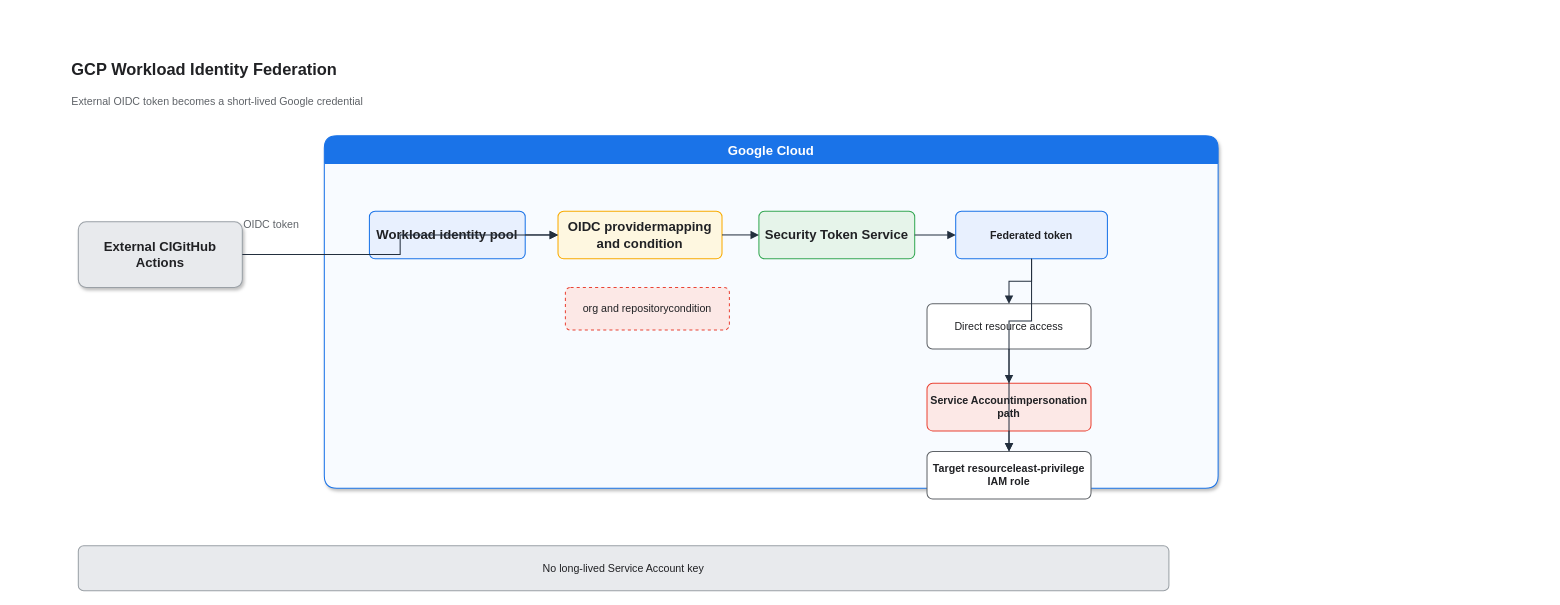
Above: assets/img/gcp/gcp-wif-token-exchange-flow.drawio in KKamJi98/kkamji98.github.io (draw.io), before the change. Source tidied: cells renumbered, new cells numbered last; positions are measured from the earlier drawing's top-left corner, leaving out a move shared by most shapes. Both pictures are drawn from the tidied source at 82%, with x=0, y=0 at pixel (70, 49).
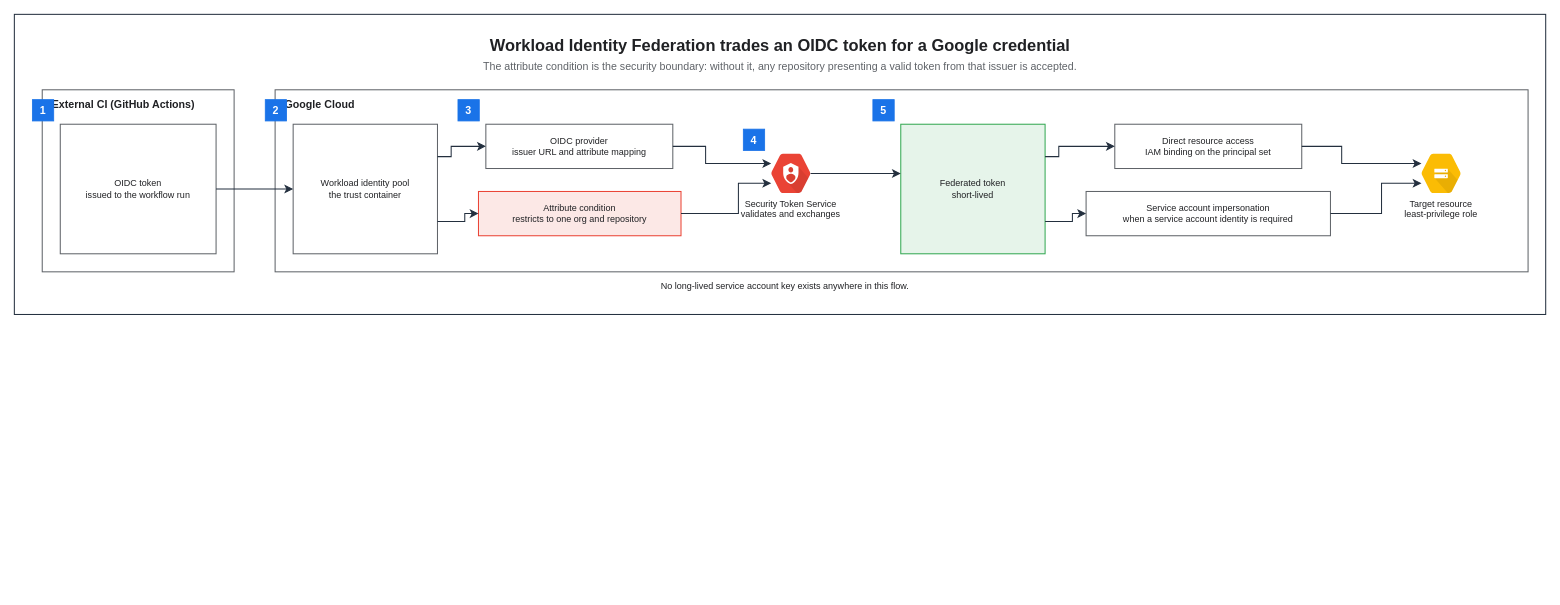
After the change.

What changed in the source:
```diff
@@
+    <mxCell id="24" style="rounded=0;html=0;fillColor=none;strokeColor=#232F3E;fontColor=#202124;strokeWidth=1.25;" parent="1" vertex="1">
+      <mxGeometry x="-68" y="-43" width="1867.5" height="366" as="geometry" />
+    </mxCell>
-    <mxCell id="2" value="GCP Workload Identity Federation" style="text;html=0;align=left;verticalAlign=middle;fontSize=20;fontStyle=1;fontColor=#202124;" parent="1" vertex="1">
-      <mxGeometry width="720" height="45" as="geometry" />
+    <mxCell id="2" value="Workload Identity Federation trades an OIDC token for a Google credential" style="text;html=0;whiteSpace=wrap;fillColor=none;strokeColor=none;fontColor=#202124;fontSize=20;fontStyle=1;align=center;verticalAlign=middle;" parent="1" vertex="1">
+      <mxGeometry x="-46" y="-21" width="1823.5" height="30" as="geometry" />
     </mxCell>
-    <mxCell id="3" value="External OIDC token becomes a short-lived Google credential" style="text;html=0;align=left;verticalAlign=middle;fontSize=13;fontColor=#5f6368;" parent="1" vertex="1">
-      <mxGeometry y="48" width="750" height="30" as="geometry" />
+    <mxCell id="3" value="The attribute condition is the security boundary: without it, any repository presenting a valid token from that issuer is accepted." style="text;html=0;whiteSpace=wrap;fillColor=none;strokeColor=none;fontColor=#5F6368;fontSize=13;fontStyle=0;align=center;verticalAlign=middle;" parent="1" vertex="1">
+      <mxGeometry x="-46" y="9" width="1823.5" height="22" as="geometry" />
     </mxCell>
-    <mxCell id="4" value="External CIGitHub Actions" style="rounded=1;whiteSpace=wrap;html=0;fillColor=#E8EAED;strokeColor=#9AA0A6;fontColor=#202124;fontSize=16;fontStyle=1;shadow=1;arcSize=12;strokeWidth=1.25;" parent="1" vertex="1">
-      <mxGeometry x="10" y="210" width="200" height="80" as="geometry" />
-    </mxCell>
+    <mxCell id="25" value="External CI (GitHub Actions)" style="rounded=0;whiteSpace=wrap;html=0;fillColor=none;strokeColor=#5F6368;fontColor=#202124;fontSize=13;fontStyle=1;align=left;verticalAlign=top;spacingLeft=10;spacingTop=4;strokeWidth=1.25;dashed=0;" parent="1" vertex="1">
+      <mxGeometry x="-34" y="49" width="234" height="222" as="geometry" />
+    </mxCell>
+    <mxCell id="6" value="Google Cloud" style="rounded=0;whiteSpace=wrap;html=0;fillColor=none;strokeColor=#5F6368;fontColor=#202124;fontSize=13;fontStyle=1;align=left;verticalAlign=top;spacingLeft=10;spacingTop=4;strokeWidth=1.25;dashed=0;" parent="1" vertex="1">
+      <mxGeometry x="250" y="49" width="1528" height="222" as="geometry" />
+    </mxCell>
-    <mxCell id="5" value="OIDC token" style="text;html=0;align=center;verticalAlign=middle;fontSize=13;fontColor=#5F6368;" parent="1" vertex="1">
-      <mxGeometry x="198" y="197" width="95" height="30" as="geometry" />
+    <mxCell id="5" value="OIDC token&#10;issued to the workflow run" style="rounded=0;whiteSpace=wrap;html=0;fillColor=#FFFFFF;strokeColor=#5F6368;fontColor=#202124;fontSize=11;fontStyle=0;align=center;verticalAlign=middle;spacingLeft=6;spacingRight=6;strokeWidth=1.25;" parent="1" vertex="1">
+      <mxGeometry x="-12" y="91" width="190" height="158" as="geometry" />
     </mxCell>
-    <mxCell id="6" value="Google Cloud" style="swimlane;html=0;rounded=1;startSize=34;fillColor=#1a73e8;swimlaneFillColor=#f8fbff;strokeColor=#1A73E8;fontColor=#ffffff;fontStyle=1;fontSize=16;shadow=1;strokeWidth=1.25;" parent="1" vertex="1">
-      <mxGeometry x="310" y="105" width="1090" height="430" as="geometry" />
-    </mxCell>
-    <mxCell id="7" value="Workload identity pool" style="rounded=1;whiteSpace=wrap;html=0;fillColor=#e8f0fe;strokeColor=#1A73E8;fontColor=#202124;fontSize=16;fontStyle=1;arcSize=12;strokeWidth=1.25;" parent="6" vertex="1">
-      <mxGeometry x="55" y="92" width="190" height="58" as="geometry" />
+    <mxCell id="7" value="Workload identity pool&#10;the trust container" style="rounded=0;whiteSpace=wrap;html=0;fillColor=#FFFFFF;strokeColor=#5F6368;fontColor=#202124;fontSize=11;fontStyle=0;align=center;verticalAlign=middle;spacingLeft=6;spacingRight=6;strokeWidth=1.25;" parent="1" vertex="1">
+      <mxGeometry x="272" y="91" width="176" height="158" as="geometry" />
     </mxCell>
-    <mxCell id="8" value="OIDC providermapping and condition" style="rounded=1;whiteSpace=wrap;html=0;fillColor=#fef7e0;strokeColor=#F9AB00;fontColor=#202124;fontSize=16;fontStyle=1;arcSize=12;strokeWidth=1.25;" parent="6" vertex="1">
-      <mxGeometry x="285" y="92" width="200" height="58" as="geometry" />
+    <mxCell id="8" value="OIDC provider&#10;issuer URL and attribute mapping" style="rounded=0;whiteSpace=wrap;html=0;fillColor=#FFFFFF;strokeColor=#5F6368;fontColor=#202124;fontSize=11;fontStyle=0;align=center;verticalAlign=middle;spacingLeft=6;spacingRight=6;strokeWidth=1.25;" parent="1" vertex="1">
+      <mxGeometry x="507" y="91" width="228" height="54" as="geometry" />
     </mxCell>
-    <mxCell id="9" value="org and repositorycondition" style="rounded=1;whiteSpace=wrap;html=0;fillColor=#fce8e6;strokeColor=#EA4335;fontColor=#202124;fontSize=13;dashed=1;arcSize=12;strokeWidth=1.25;" parent="6" vertex="1">
-      <mxGeometry x="294" y="185" width="200" height="52" as="geometry" />
+    <mxCell id="9" value="Attribute condition&#10;restricts to one org and repository" style="rounded=0;whiteSpace=wrap;html=0;fillColor=#FCE8E6;strokeColor=#EA4335;fontColor=#202124;fontSize=11;fontStyle=0;align=center;verticalAlign=middle;spacingLeft=6;spacingRight=6;strokeWidth=1.25;" parent="1" vertex="1">
+      <mxGeometry x="498" y="173" width="247" height="54" as="geometry" />
     </mxCell>
-    <mxCell id="10" value="Security Token Service" style="rounded=1;whiteSpace=wrap;html=0;fillColor=#e6f4ea;strokeColor=#34A853;fontColor=#202124;fontSize=16;fontStyle=1;arcSize=12;strokeWidth=1.25;" parent="6" vertex="1">
-      <mxGeometry x="530" y="92" width="190" height="58" as="geometry" />
+    <mxCell id="10" value="Security Token Service&#10;validates and exchanges" style="sketch=0;outlineConnect=0;gradientColor=none;html=0;whiteSpace=nowrap;fontSize=11;fontStyle=0;fontColor=#202124;verticalLabelPosition=bottom;verticalAlign=top;align=center;labelBackgroundColor=none;fillColor=#EA4335;strokeColor=none;dashed=0;shape=mxgraph.gcp2.cloud_iam;" parent="1" vertex="1">
+      <mxGeometry x="855" y="127" width="48" height="48" as="geometry" />
     </mxCell>
-    <mxCell id="11" value="Federated token" style="rounded=1;whiteSpace=wrap;html=0;fillColor=#e8f0fe;strokeColor=#1A73E8;fontColor=#202124;fontSize=13;fontStyle=1;arcSize=12;strokeWidth=1.25;" parent="6" vertex="1">
-      <mxGeometry x="770" y="92" width="185" height="58" as="geometry" />
+    <mxCell id="11" value="Federated token&#10;short-lived" style="rounded=0;whiteSpace=wrap;html=0;fillColor=#E6F4EA;strokeColor=#34A853;fontColor=#202124;fontSize=11;fontStyle=0;align=center;verticalAlign=middle;spacingLeft=6;spacingRight=6;strokeWidth=1.25;" parent="1" vertex="1">
+      <mxGeometry x="1013" y="91" width="176" height="158" as="geometry" />
     </mxCell>
-    <mxCell id="12" value="Direct resource access" style="rounded=1;whiteSpace=wrap;html=0;fillColor=#ffffff;strokeColor=#5F6368;fontColor=#202124;fontSize=13;arcSize=12;strokeWidth=1.25;" parent="6" vertex="1">
-      <mxGeometry x="735" y="205" width="200" height="55" as="geometry" />
+    <mxCell id="12" value="Direct resource access&#10;IAM binding on the principal set" style="rounded=0;whiteSpace=wrap;html=0;fillColor=#FFFFFF;strokeColor=#5F6368;fontColor=#202124;fontSize=11;fontStyle=0;align=center;verticalAlign=middle;spacingLeft=6;spacingRight=6;strokeWidth=1.25;" parent="1" vertex="1">
+      <mxGeometry x="1274" y="91" width="228" height="54" as="geometry" />
     </mxCell>
-    <mxCell id="13" value="Service Accountimpersonation path" style="rounded=1;whiteSpace=wrap;html=0;fillColor=#fce8e6;strokeColor=#EA4335;fontColor=#202124;fontSize=13;fontStyle=1;arcSize=12;strokeWidth=1.25;" parent="6" vertex="1">
-      <mxGeometry x="735" y="302" width="200" height="58" as="geometry" />
+    <mxCell id="13" value="Service account impersonation&#10;when a service account identity is required" style="rounded=0;whiteSpace=wrap;html=0;fillColor=#FFFFFF;strokeColor=#5F6368;fontColor=#202124;fontSize=11;fontStyle=0;align=center;verticalAlign=middle;spacingLeft=6;spacingRight=6;strokeWidth=1.25;" parent="1" vertex="1">
+      <mxGeometry x="1239" y="173" width="298" height="54" as="geometry" />
     </mxCell>
-    <mxCell id="14" value="Target resourceleast-privilege IAM role" style="rounded=1;whiteSpace=wrap;html=0;fillColor=#ffffff;strokeColor=#5F6368;fontColor=#202124;fontSize=13;fontStyle=1;arcSize=12;strokeWidth=1.25;" parent="6" vertex="1">
-      <mxGeometry x="735" y="385" width="200" height="58" as="geometry" />
+    <mxCell id="14" value="Target resource&#10;least-privilege role" style="sketch=0;outlineConnect=0;gradientColor=none;html=0;whiteSpace=nowrap;fontSize=11;fontStyle=0;fontColor=#202124;verticalLabelPosition=bottom;verticalAlign=top;align=center;labelBackgroundColor=none;fillColor=#FBBC04;strokeColor=none;dashed=0;shape=mxgraph.gcp2.cloud_storage;" parent="1" vertex="1">
+      <mxGeometry x="1648" y="127" width="48" height="48" as="geometry" />
     </mxCell>
-    <mxCell id="15" value="No long-lived Service Account key" style="rounded=1;whiteSpace=wrap;html=0;fillColor=#E8EAED;strokeColor=#9AA0A6;fontColor=#202124;fontSize=13;arcSize=12;strokeWidth=1.25;" parent="1" vertex="1">
-      <mxGeometry x="10" y="605" width="1330" height="55" as="geometry" />
+    <mxCell id="15" value="No long-lived service account key exists anywhere in this flow." style="text;html=0;whiteSpace=wrap;fillColor=none;strokeColor=none;fontColor=#202124;fontSize=11;fontStyle=0;align=center;verticalAlign=middle;" parent="1" vertex="1">
+      <mxGeometry x="-12" y="277" width="1768" height="24" as="geometry" />
     </mxCell>
-    <mxCell id="16" style="edgeStyle=orthogonalEdgeStyle;rounded=0;jettySize=auto;html=0;endArrow=block;endFill=1;strokeWidth=1.25;strokeColor=#232F3E;fontColor=#202124;fontSize=11;labelBackgroundColor=none;endSize=7;" parent="1" edge="1" source="4" target="8">
-      <mxGeometry relative="1" as="geometry" />
-    </mxCell>
+    <mxCell id="26" value="1" style="rounded=0;whiteSpace=wrap;html=0;fillColor=#1A73E8;strokeColor=#1A73E8;fontColor=#FFFFFF;fontSize=13;fontStyle=1;align=center;verticalAlign=middle;" parent="1" vertex="1">
+      <mxGeometry x="-46" y="61" width="26" height="26" as="geometry" />
+    </mxCell>
+    <mxCell id="27" value="2" style="rounded=0;whiteSpace=wrap;html=0;fillColor=#1A73E8;strokeColor=#1A73E8;fontColor=#FFFFFF;fontSize=13;fontStyle=1;align=center;verticalAlign=middle;" parent="1" vertex="1">
+      <mxGeometry x="238" y="61" width="26" height="26" as="geometry" />
+    </mxCell>
+    <mxCell id="28" value="3" style="rounded=0;whiteSpace=wrap;html=0;fillColor=#1A73E8;strokeColor=#1A73E8;fontColor=#FFFFFF;fontSize=13;fontStyle=1;align=center;verticalAlign=middle;" parent="1" vertex="1">
+      <mxGeometry x="473" y="61" width="26" height="26" as="geometry" />
+    </mxCell>
+    <mxCell id="29" value="4" style="rounded=0;whiteSpace=wrap;html=0;fillColor=#1A73E8;strokeColor=#1A73E8;fontColor=#FFFFFF;fontSize=13;fontStyle=1;align=center;verticalAlign=middle;" parent="1" vertex="1">
+      <mxGeometry x="821" y="97" width="26" height="26" as="geometry" />
+    </mxCell>
+    <mxCell id="30" value="5" style="rounded=0;whiteSpace=wrap;html=0;fillColor=#1A73E8;strokeColor=#1A73E8;fontColor=#FFFFFF;fontSize=13;fontStyle=1;align=center;verticalAlign=middle;" parent="1" vertex="1">
+      <mxGeometry x="979" y="61" width="26" height="26" as="geometry" />
+    </mxCell>
+    <mxCell id="31" style="edgeStyle=orthogonalEdgeStyle;rounded=0;html=0;strokeColor=#232F3E;strokeWidth=1.25;endArrow=classic;endFill=1;endSize=7;fontSize=11;fontColor=#202124;labelBackgroundColor=none;jettySize=14;exitX=1;exitY=0.5;entryX=0;entryY=0.5;exitDx=0;exitDy=0;entryDx=0;entryDy=0;" parent="1" edge="1" source="5" target="7">
+      <mxGeometry relative="1" as="geometry" />
+    </mxCell>
-    <mxCell id="17" style="edgeStyle=orthogonalEdgeStyle;rounded=0;jettySize=auto;html=0;endArrow=block;endFill=1;strokeWidth=1.25;strokeColor=#232F3E;fontColor=#202124;fontSize=11;labelBackgroundColor=none;endSize=7;" parent="6" edge="1" source="7" target="8">
-      <mxGeometry relative="1" as="geometry" />
+    <mxCell id="17" style="edgeStyle=orthogonalEdgeStyle;rounded=0;html=0;strokeColor=#232F3E;strokeWidth=1.25;endArrow=classic;endFill=1;endSize=7;fontSize=11;fontColor=#202124;labelBackgroundColor=none;jettySize=14;exitX=1;exitY=0.25;entryX=0;entryY=0.5;exitDx=0;exitDy=0;entryDx=0;entryDy=0;" parent="1" edge="1" source="7" target="8">
+      <mxGeometry relative="1" as="geometry">
+        <Array as="points">
+          <mxPoint x="464.7" y="130.5" />
+          <mxPoint x="464.7" y="118" />
+        </Array>
+      </mxGeometry>
     </mxCell>
+    <mxCell id="32" style="edgeStyle=orthogonalEdgeStyle;rounded=0;html=0;strokeColor=#232F3E;strokeWidth=1.25;endArrow=classic;endFill=1;endSize=7;fontSize=11;fontColor=#202124;labelBackgroundColor=none;jettySize=14;exitX=1;exitY=0.75;entryX=0;entryY=0.5;exitDx=0;exitDy=0;entryDx=0;entryDy=0;" parent="1" edge="1" source="7" target="9">
+      <mxGeometry relative="1" as="geometry">
+        <Array as="points">
+          <mxPoint x="481.3" y="209.5" />
+          <mxPoint x="481.3" y="200" />
+        </Array>
+      </mxGeometry>
+    </mxCell>
-    <mxCell id="18" style="edgeStyle=orthogonalEdgeStyle;rounded=0;jettySize=auto;html=0;endArrow=block;endFill=1;strokeWidth=1.25;strokeColor=#232F3E;fontColor=#202124;fontSize=11;labelBackgroundColor=none;endSize=7;" parent="6" edge="1" source="8" target="10">
-      <mxGeometry relative="1" as="geometry" />
+    <mxCell id="18" style="edgeStyle=orthogonalEdgeStyle;rounded=0;html=0;strokeColor=#232F3E;strokeWidth=1.25;endArrow=classic;endFill=1;endSize=7;fontSize=11;fontColor=#202124;labelBackgroundColor=none;jettySize=14;exitX=1;exitY=0.5;entryX=0;entryY=0.25;exitDx=0;exitDy=0;entryDx=0;entryDy=0;" parent="1" edge="1" source="8" target="10">
+      <mxGeometry relative="1" as="geometry">
+        <Array as="points">
+          <mxPoint x="775" y="118" />
+          <mxPoint x="775" y="139" />
+        </Array>
+      </mxGeometry>
     </mxCell>
+    <mxCell id="33" style="edgeStyle=orthogonalEdgeStyle;rounded=0;html=0;strokeColor=#232F3E;strokeWidth=1.25;endArrow=classic;endFill=1;endSize=7;fontSize=11;fontColor=#202124;labelBackgroundColor=none;jettySize=14;exitX=1;exitY=0.5;entryX=0;entryY=0.75;exitDx=0;exitDy=0;entryDx=0;entryDy=0;" parent="1" edge="1" source="9" target="10">
+      <mxGeometry relative="1" as="geometry">
+        <Array as="points">
+          <mxPoint x="815" y="200" />
+          <mxPoint x="815" y="163" />
+        </Array>
+      </mxGeometry>
+    </mxCell>
-    <mxCell id="19" style="edgeStyle=orthogonalEdgeStyle;rounded=0;jettySize=auto;html=0;endArrow=block;endFill=1;strokeWidth=1.25;strokeColor=#232F3E;fontColor=#202124;fontSize=11;labelBackgroundColor=none;endSize=7;" parent="6" edge="1" source="10" target="11">
+    <mxCell id="19" style="edgeStyle=orthogonalEdgeStyle;rounded=0;html=0;strokeColor=#232F3E;strokeWidth=1.25;endArrow=classic;endFill=1;endSize=7;fontSize=11;fontColor=#202124;labelBackgroundColor=none;jettySize=14;exitX=1;exitY=0.5;entryX=0;entryY=0.3797;exitDx=0;exitDy=0;entryDx=0;entryDy=0;" parent="1" edge="1" source="10" target="11">
       <mxGeometry relative="1" as="geometry" />
     </mxCell>
-    <mxCell id="20" style="edgeStyle=orthogonalEdgeStyle;rounded=0;jettySize=auto;html=0;endArrow=block;endFill=1;strokeWidth=1.25;strokeColor=#232F3E;fontColor=#202124;fontSize=11;labelBackgroundColor=none;endSize=7;" parent="6" edge="1" source="11" target="12">
-      <mxGeometry relative="1" as="geometry" />
+    <mxCell id="20" style="edgeStyle=orthogonalEdgeStyle;rounded=0;html=0;strokeColor=#232F3E;strokeWidth=1.25;endArrow=classic;endFill=1;endSize=7;fontSize=11;fontColor=#202124;labelBackgroundColor=none;jettySize=14;exitX=1;exitY=0.25;entryX=0;entryY=0.5;exitDx=0;exitDy=0;entryDx=0;entryDy=0;" parent="1" edge="1" source="11" target="12">
+      <mxGeometry relative="1" as="geometry">
+        <Array as="points">
+          <mxPoint x="1205.7" y="130.5" />
+          <mxPoint x="1205.7" y="118" />
+        </Array>
+      </mxGeometry>
     </mxCell>
-    <mxCell id="21" style="edgeStyle=orthogonalEdgeStyle;rounded=0;jettySize=auto;html=0;endArrow=block;endFill=1;strokeWidth=1.25;strokeColor=#232F3E;fontColor=#202124;fontSize=11;labelBackgroundColor=none;endSize=7;" parent="6" edge="1" source="11" target="13">
-      <mxGeometry relative="1" as="geometry" />
+    <mxCell id="21" style="edgeStyle=orthogonalEdgeStyle;rounded=0;html=0;strokeColor=#232F3E;strokeWidth=1.25;endArrow=classic;endFill=1;endSize=7;fontSize=11;fontColor=#202124;labelBackgroundColor=none;jettySize=14;exitX=1;exitY=0.75;entryX=0;entryY=0.5;exitDx=0;exitDy=0;entryDx=0;entryDy=0;" parent="1" edge="1" source="11" target="13">
+      <mxGeometry relative="1" as="geometry">
+        <Array as="points">
+          <mxPoint x="1222.3" y="209.5" />
+          <mxPoint x="1222.3" y="200" />
+        </Array>
+      </mxGeometry>
     </mxCell>
-    <mxCell id="22" style="edgeStyle=orthogonalEdgeStyle;rounded=0;jettySize=auto;html=0;endArrow=block;endFill=1;strokeWidth=1.25;strokeColor=#232F3E;fontColor=#202124;fontSize=11;labelBackgroundColor=none;endSize=7;" parent="6" edge="1" source="12" target="14">
-      <mxGeometry relative="1" as="geometry" />
+    <mxCell id="22" style="edgeStyle=orthogonalEdgeStyle;rounded=0;html=0;strokeColor=#232F3E;strokeWidth=1.25;endArrow=classic;endFill=1;endSize=7;fontSize=11;fontColor=#202124;labelBackgroundColor=none;jettySize=14;exitX=1;exitY=0.5;entryX=0;entryY=0.25;exitDx=0;exitDy=0;entryDx=0;entryDy=0;" parent="1" edge="1" source="12" target="14">
+      <mxGeometry relative="1" as="geometry">
+        <Array as="points">
+          <mxPoint x="1550.7" y="118" />
+          <mxPoint x="1550.7" y="139" />
+        </Array>
+      </mxGeometry>
     </mxCell>
-    <mxCell id="23" style="edgeStyle=orthogonalEdgeStyle;rounded=0;jettySize=auto;html=0;endArrow=block;endFill=1;strokeWidth=1.25;strokeColor=#232F3E;fontColor=#202124;fontSize=11;labelBackgroundColor=none;endSize=7;" parent="6" edge="1" source="13" target="14">
-      <mxGeometry relative="1" as="geometry" />
+    <mxCell id="23" style="edgeStyle=orthogonalEdgeStyle;rounded=0;html=0;strokeColor=#232F3E;strokeWidth=1.25;endArrow=classic;endFill=1;endSize=7;fontSize=11;fontColor=#202124;labelBackgroundColor=none;jettySize=14;exitX=1;exitY=0.5;entryX=0;entryY=0.75;exitDx=0;exitDy=0;entryDx=0;entryDy=0;" parent="1" edge="1" source="13" target="14">
+      <mxGeometry relative="1" as="geometry">
+        <Array as="points">
+          <mxPoint x="1599.3" y="200" />
+          <mxPoint x="1599.3" y="163" />
+        </Array>
+      </mxGeometry>
     </mxCell>
```
